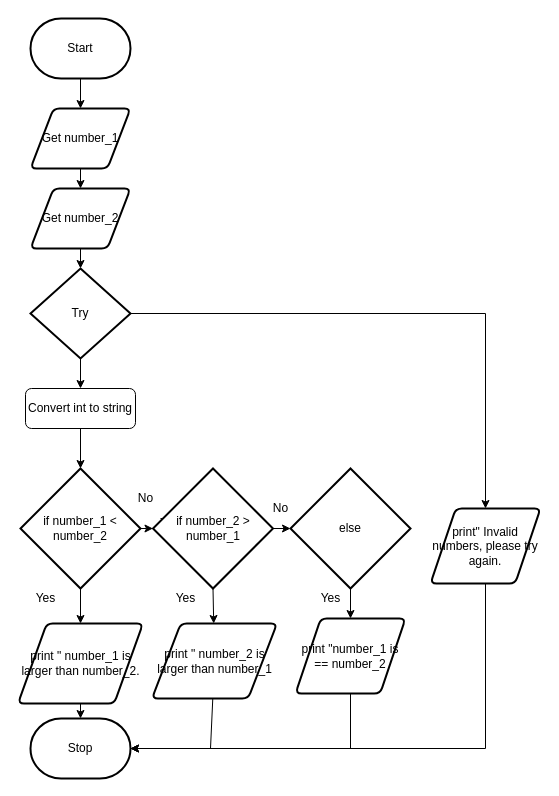
This is Draw.io/Flowchart.drawio from Peter-Gemmell/ICS3U-Assignment-3-Python, a draw.io file, before an edit. Source tidied: cells renumbered, new cells numbered last; positions are measured from the earlier drawing's top-left corner, leaving out a move shared by most shapes. Both pictures are drawn from the tidied source at 100%, with x=0, y=0 at pixel (18, 18).
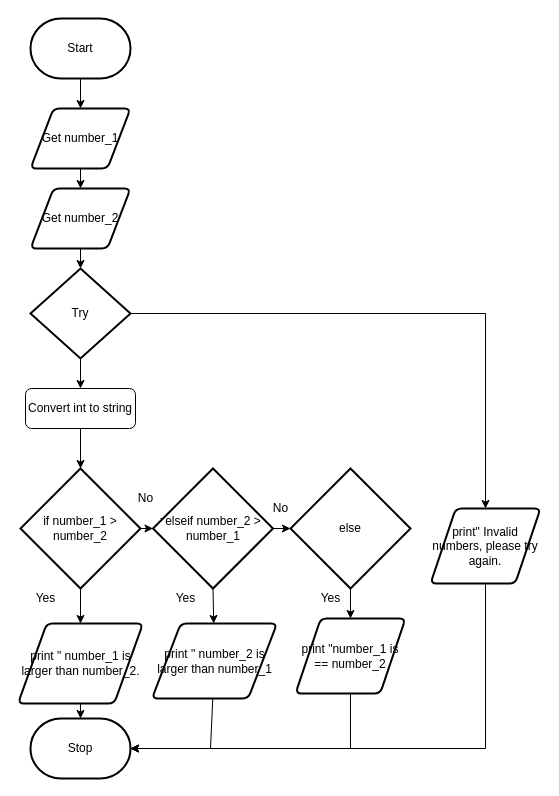
After the change.

The edit, as a diff of the source:
```diff
@@
-    <mxCell id="18" value="if number_1 &amp;lt; number_2" style="strokeWidth=2;html=1;shape=mxgraph.flowchart.decision;whiteSpace=wrap;" parent="1" vertex="1">
+    <mxCell id="18" value="if number_1 &amp;gt; number_2" style="strokeWidth=2;html=1;shape=mxgraph.flowchart.decision;whiteSpace=wrap;" parent="1" vertex="1">
       <mxGeometry x="2" y="450" width="120" height="120" as="geometry" />
     </mxCell>
@@
-    <mxCell id="22" value="if number_2 &amp;gt; number_1" style="strokeWidth=2;html=1;shape=mxgraph.flowchart.decision;whiteSpace=wrap;" parent="1" vertex="1">
+    <mxCell id="22" value="elseif number_2 &amp;gt; number_1" style="strokeWidth=2;html=1;shape=mxgraph.flowchart.decision;whiteSpace=wrap;" parent="1" vertex="1">
       <mxGeometry x="134.5" y="450" width="120" height="120" as="geometry" />
     </mxCell>
```
